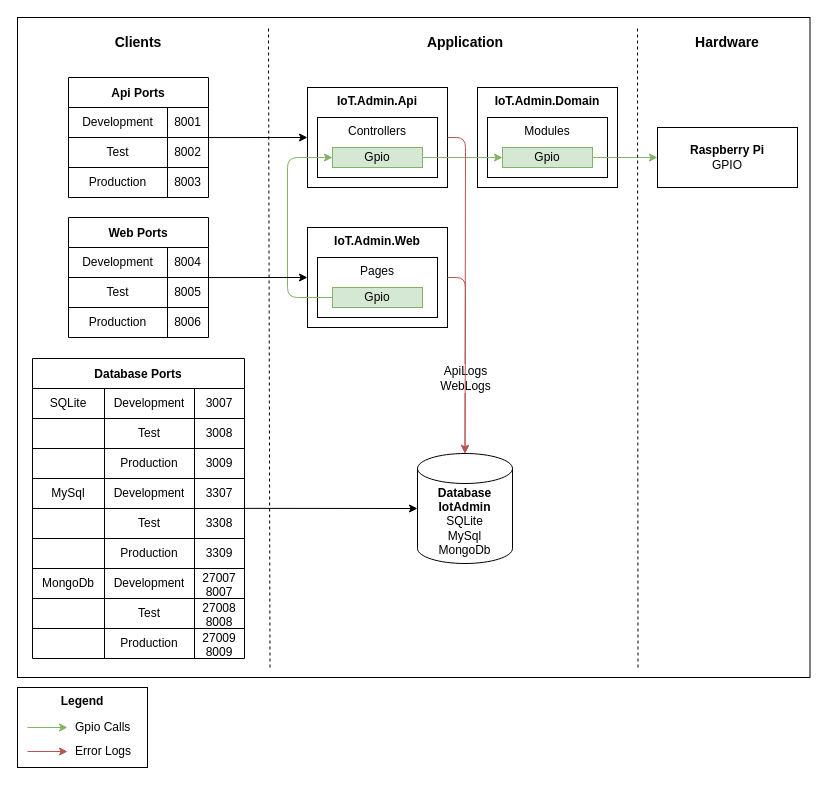
Before: .docs/IoT.Admin.Application.drawio in qbituniverse/iot-admin, a draw.io diagram. Source tidied: cells renumbered, new cells numbered last; positions are measured from the earlier drawing's top-left corner, leaving out a move shared by most shapes. Both pictures are drawn from the tidied source at 100%, with x=0, y=0 at pixel (17, 17).
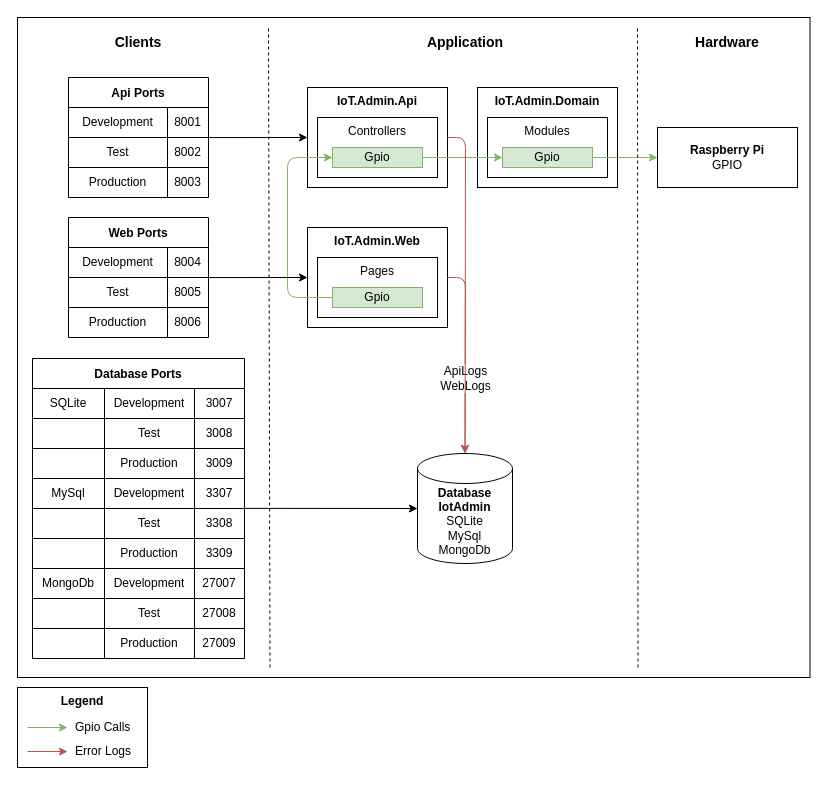
The same diagram, later.

The change refers to these unchanged cells:
```xml
<mxCell id="75" style="shape=tableRow;horizontal=0;startSize=0;swimlaneHead=0;swimlaneBody=0;top=0;left=0;bottom=0;right=0;fillColor=none;fontSize=12;" parent="50" vertex="1">
  <mxGeometry y="210" width="212" height="30" as="geometry" />
</mxCell>
<mxCell id="79" style="shape=tableRow;horizontal=0;startSize=0;swimlaneHead=0;swimlaneBody=0;top=0;left=0;bottom=0;right=0;fillColor=none;fontSize=12;" parent="50" vertex="1">
  <mxGeometry y="240" width="212" height="30" as="geometry" />
</mxCell>
<mxCell id="83" style="shape=tableRow;horizontal=0;startSize=0;swimlaneHead=0;swimlaneBody=0;top=0;left=0;bottom=0;right=0;fillColor=none;fontSize=12;" parent="50" vertex="1">
  <mxGeometry y="270" width="212" height="30" as="geometry" />
</mxCell>
```

Diff of the diagram source:
```diff
@@
-    <mxCell id="78" value="27007&lt;br&gt;8007" style="shape=partialRectangle;html=1;whiteSpace=wrap;fillColor=none;top=0;left=0;bottom=0;right=0;overflow=hidden;fontSize=12;" parent="75" vertex="1">
+    <mxCell id="78" value="27007" style="shape=partialRectangle;html=1;whiteSpace=wrap;fillColor=none;top=0;left=0;bottom=0;right=0;overflow=hidden;fontSize=12;" parent="75" vertex="1">
       <mxGeometry x="162" width="50" height="30" as="geometry" />
     </mxCell>
@@
-    <mxCell id="82" value="27008&lt;br&gt;8008" style="shape=partialRectangle;html=1;whiteSpace=wrap;fillColor=none;top=0;left=0;bottom=0;right=0;overflow=hidden;fontSize=12;" parent="79" vertex="1">
+    <mxCell id="82" value="27008" style="shape=partialRectangle;html=1;whiteSpace=wrap;fillColor=none;top=0;left=0;bottom=0;right=0;overflow=hidden;fontSize=12;" parent="79" vertex="1">
       <mxGeometry x="162" width="50" height="30" as="geometry" />
     </mxCell>
@@
-    <mxCell id="86" value="27009&lt;br&gt;8009" style="shape=partialRectangle;html=1;whiteSpace=wrap;fillColor=none;top=0;left=0;bottom=0;right=0;overflow=hidden;fontSize=12;" parent="83" vertex="1">
+    <mxCell id="86" value="27009" style="shape=partialRectangle;html=1;whiteSpace=wrap;fillColor=none;top=0;left=0;bottom=0;right=0;overflow=hidden;fontSize=12;" parent="83" vertex="1">
       <mxGeometry x="162" width="50" height="30" as="geometry" />
     </mxCell>
```
